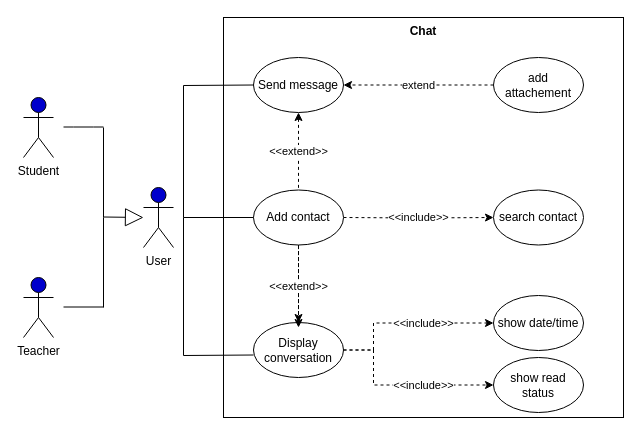
This is page "Chat" (2 of 5) of Untitled Diagram.drawio from AbdellaouiSofiane/book_scraper, a draw.io file, before an edit. Source tidied: cells renumbered, new cells numbered last; positions are measured from the earlier drawing's top-left corner, leaving out a move shared by most shapes. Both pictures are drawn from the tidied source at 100%, with x=0, y=0 at pixel (23, 17).
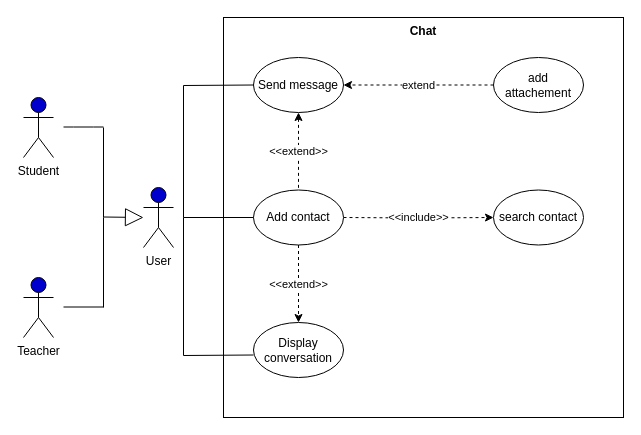
After the change.

Unchanged cells that the change refers to:
```xml
<mxCell id="13" value="Add contact" style="ellipse;whiteSpace=wrap;html=1;" parent="1" vertex="1">
  <mxGeometry x="230" y="172.5" width="90" height="55" as="geometry" />
</mxCell>
<mxCell id="18" value="Display conversation" style="ellipse;whiteSpace=wrap;html=1;" parent="1" vertex="1">
  <mxGeometry x="230" y="305" width="90" height="55" as="geometry" />
</mxCell>
```

What changed in the source:
```diff
@@
-    <mxCell id="12" style="edgeStyle=orthogonalEdgeStyle;rounded=0;jettySize=auto;html=1;dashed=1;" parent="1" edge="1" source="13" target="18">
+    <mxCell id="12" value="&amp;lt;&amp;lt;extend&amp;gt;&amp;gt;" style="edgeStyle=orthogonalEdgeStyle;rounded=0;jettySize=auto;html=1;dashed=1;" parent="1" edge="1" source="13" target="18">
       <mxGeometry relative="1" as="geometry" />
     </mxCell>
@@
-    <mxCell id="15" value="&amp;lt;&amp;lt;include&amp;gt;&amp;gt;" style="rounded=0;jettySize=auto;html=1;exitX=1;exitY=0.5;exitDx=0;exitDy=0;entryX=0;entryY=0.5;entryDx=0;entryDy=0;dashed=1;edgeStyle=elbowEdgeStyle;" parent="1" edge="1" source="18" target="25">
-      <mxGeometry x="0.21" relative="1" as="geometry">
-        <Array as="points">
-          <mxPoint x="350" y="320" />
-        </Array>
-      </mxGeometry>
-    </mxCell>
-    <mxCell id="16" value="&amp;lt;&amp;lt;include&amp;gt;&amp;gt;" style="rounded=0;jettySize=auto;html=1;exitX=1;exitY=0.5;exitDx=0;exitDy=0;dashed=1;entryX=0;entryY=0.5;entryDx=0;entryDy=0;edgeStyle=orthogonalEdgeStyle;" parent="1" edge="1" source="18" target="26">
-      <mxGeometry x="0.24" relative="1" as="geometry">
-        <Array as="points">
-          <mxPoint x="350" y="333" />
-          <mxPoint x="350" y="368" />
-        </Array>
-      </mxGeometry>
-    </mxCell>
@@
-    <mxCell id="25" value="show date/time" style="ellipse;whiteSpace=wrap;html=1;" parent="1" vertex="1">
-      <mxGeometry x="470" y="278" width="90" height="55" as="geometry" />
-    </mxCell>
-    <mxCell id="26" value="show read status" style="ellipse;whiteSpace=wrap;html=1;" parent="1" vertex="1">
-      <mxGeometry x="470" y="340" width="90" height="55" as="geometry" />
-    </mxCell>
@@
-    <mxCell id="28" value="&amp;lt;&amp;lt;extend&amp;gt;&amp;gt;" style="edgeStyle=none;rounded=0;orthogonalLoop=1;jettySize=auto;html=1;entryX=0.5;entryY=1;entryDx=0;entryDy=0;endArrow=none;endFill=0;dashed=1;startArrow=classic;startFill=1;" parent="1" edge="1">
-      <mxGeometry relative="1" as="geometry">
-        <mxPoint x="275" y="310" as="sourcePoint" />
-        <mxPoint x="275" y="227.5" as="targetPoint" />
-      </mxGeometry>
-    </mxCell>
```
